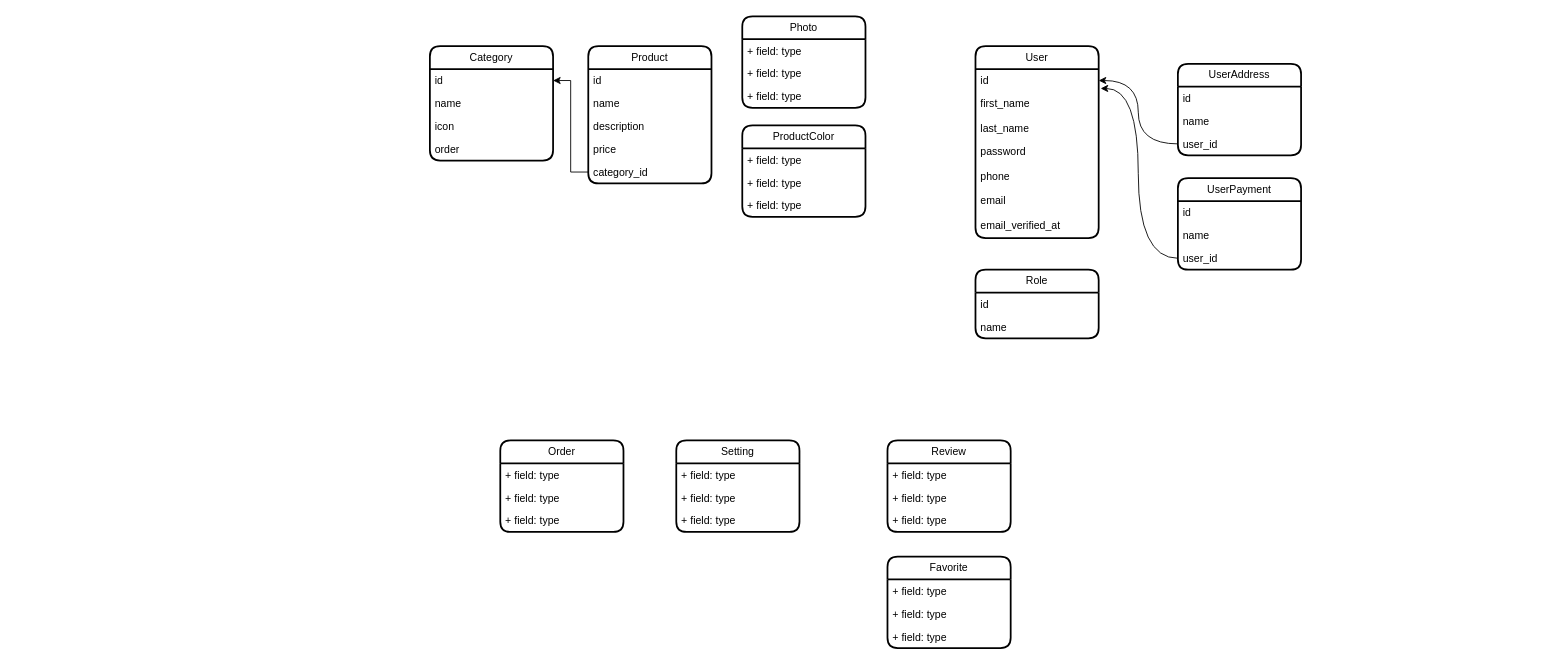
Before: ecommerce.drawio in parnasmi/ecommerce-laravel, a draw.io diagram. Source tidied: cells renumbered, new cells numbered last; positions are measured from the earlier drawing's top-left corner, leaving out a move shared by most shapes. Both pictures are drawn from the tidied source at 88%, with x=0, y=0 at pixel (429, 16).
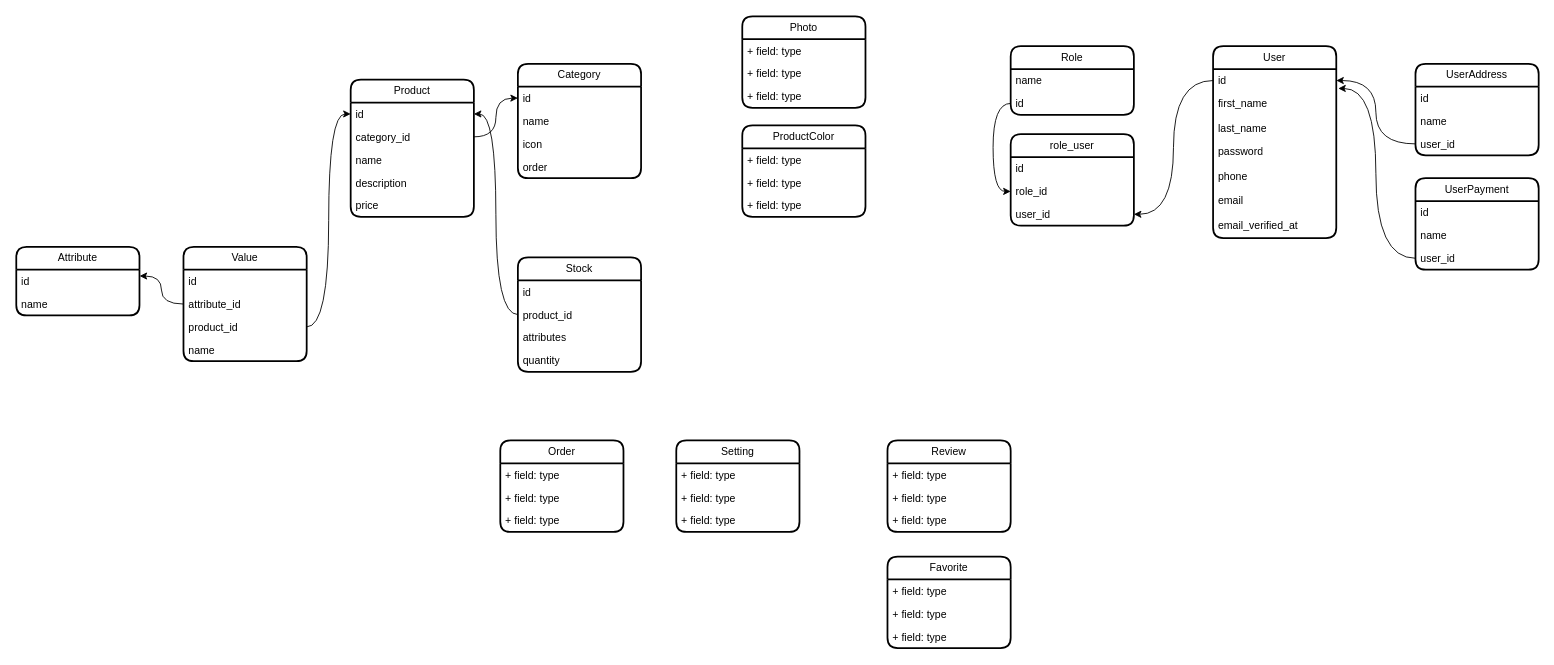
Above is the later version.

Unchanged cells that the change refers to:
```xml
<mxCell id="3" value="id" style="text;strokeColor=none;fillColor=none;align=left;verticalAlign=top;spacingLeft=4;spacingRight=4;overflow=hidden;points=[[0,0.5],[1,0.5]];portConstraint=eastwest;whiteSpace=wrap;html=1;" parent="2" vertex="1">
  <mxGeometry y="26" width="140" height="26" as="geometry" />
</mxCell>
<mxCell id="8" value="id" style="text;strokeColor=none;fillColor=none;align=left;verticalAlign=top;spacingLeft=4;spacingRight=4;overflow=hidden;points=[[0,0.5],[1,0.5]];portConstraint=eastwest;whiteSpace=wrap;html=1;" parent="7" vertex="1">
  <mxGeometry y="26" width="140" height="26" as="geometry" />
</mxCell>
<mxCell id="14" value="id" style="text;strokeColor=none;fillColor=none;align=left;verticalAlign=top;spacingLeft=4;spacingRight=4;overflow=hidden;points=[[0,0.5],[1,0.5]];portConstraint=eastwest;whiteSpace=wrap;html=1;" parent="13" vertex="1">
  <mxGeometry y="26" width="140" height="26" as="geometry" />
</mxCell>
```

What changed in the source:
```diff
@@
     <mxCell id="2" value="Category" style="swimlane;fontStyle=0;horizontal=1;startSize=26;fillColor=none;whiteSpace=wrap;html=1;rounded=1;strokeColor=default;shadow=0;glass=0;swimlaneFillColor=default;strokeWidth=2;" parent="1" vertex="1">
-      <mxGeometry y="34" width="140" height="130" as="geometry" />
+      <mxGeometry x="100" y="54" width="140" height="130" as="geometry" />
     </mxCell>
@@
     <mxCell id="7" value="Product" style="swimlane;fontStyle=0;horizontal=1;startSize=26;fillColor=none;whiteSpace=wrap;html=1;rounded=1;strokeColor=default;shadow=0;glass=0;swimlaneFillColor=default;strokeWidth=2;" parent="1" vertex="1">
-      <mxGeometry x="180" y="34" width="140" height="156" as="geometry" />
+      <mxGeometry x="-90" y="72" width="140" height="156" as="geometry" />
     </mxCell>
@@
+    <mxCell id="12" value="category_id" style="text;strokeColor=none;fillColor=none;align=left;verticalAlign=top;spacingLeft=4;spacingRight=4;overflow=hidden;points=[[0,0.5],[1,0.5]];portConstraint=eastwest;whiteSpace=wrap;html=1;" parent="7" vertex="1">
+      <mxGeometry y="52" width="140" height="26" as="geometry" />
+    </mxCell>
     <mxCell id="9" value="name" style="text;strokeColor=none;fillColor=none;align=left;verticalAlign=top;spacingLeft=4;spacingRight=4;overflow=hidden;whiteSpace=wrap;html=1;" parent="7" vertex="1">
-      <mxGeometry y="52" width="140" height="26" as="geometry" />
+      <mxGeometry y="78" width="140" height="26" as="geometry" />
     </mxCell>
     <mxCell id="10" value="description" style="text;strokeColor=none;fillColor=none;align=left;verticalAlign=top;spacingLeft=4;spacingRight=4;overflow=hidden;whiteSpace=wrap;html=1;" parent="7" vertex="1">
-      <mxGeometry y="78" width="140" height="26" as="geometry" />
+      <mxGeometry y="104" width="140" height="26" as="geometry" />
     </mxCell>
     <mxCell id="11" value="price" style="text;strokeColor=none;fillColor=none;align=left;verticalAlign=top;spacingLeft=4;spacingRight=4;overflow=hidden;whiteSpace=wrap;html=1;" parent="7" vertex="1">
-      <mxGeometry y="104" width="140" height="26" as="geometry" />
+      <mxGeometry y="130" width="140" height="26" as="geometry" />
     </mxCell>
-    <mxCell id="12" value="category_id" style="text;strokeColor=none;fillColor=none;align=left;verticalAlign=top;spacingLeft=4;spacingRight=4;overflow=hidden;points=[[0,0.5],[1,0.5]];portConstraint=eastwest;whiteSpace=wrap;html=1;" parent="7" vertex="1">
-      <mxGeometry y="130" width="140" height="26" as="geometry" />
-    </mxCell>
     <mxCell id="13" value="User" style="swimlane;fontStyle=0;horizontal=1;startSize=26;fillColor=none;whiteSpace=wrap;html=1;rounded=1;strokeColor=default;shadow=0;glass=0;swimlaneFillColor=default;strokeWidth=2;" parent="1" vertex="1">
-      <mxGeometry x="620" y="34" width="140" height="218" as="geometry" />
+      <mxGeometry x="890" y="34" width="140" height="218" as="geometry" />
     </mxCell>
@@
     <mxCell id="21" value="Role" style="swimlane;fontStyle=0;horizontal=1;startSize=26;fillColor=none;whiteSpace=wrap;html=1;rounded=1;strokeColor=default;shadow=0;glass=0;swimlaneFillColor=default;strokeWidth=2;" parent="1" vertex="1">
-      <mxGeometry x="620" y="288" width="140" height="78" as="geometry" />
+      <mxGeometry x="660" y="34" width="140" height="78" as="geometry" />
     </mxCell>
+    <mxCell id="23" value="name" style="text;strokeColor=none;fillColor=none;align=left;verticalAlign=top;spacingLeft=4;spacingRight=4;overflow=hidden;whiteSpace=wrap;html=1;" parent="21" vertex="1">
+      <mxGeometry y="26" width="140" height="26" as="geometry" />
+    </mxCell>
     <mxCell id="22" value="id&lt;div&gt;&lt;br&gt;&lt;/div&gt;" style="text;strokeColor=none;fillColor=none;align=left;verticalAlign=top;spacingLeft=4;spacingRight=4;overflow=hidden;points=[[0,0.5],[1,0.5]];portConstraint=eastwest;whiteSpace=wrap;html=1;" parent="21" vertex="1">
-      <mxGeometry y="26" width="140" height="26" as="geometry" />
+      <mxGeometry y="52" width="140" height="26" as="geometry" />
     </mxCell>
-    <mxCell id="23" value="name" style="text;strokeColor=none;fillColor=none;align=left;verticalAlign=top;spacingLeft=4;spacingRight=4;overflow=hidden;whiteSpace=wrap;html=1;" parent="21" vertex="1">
-      <mxGeometry y="52" width="140" height="26" as="geometry" />
-    </mxCell>
@@
     <mxCell id="48" value="UserAddress" style="swimlane;fontStyle=0;horizontal=1;startSize=26;fillColor=none;whiteSpace=wrap;html=1;rounded=1;strokeColor=default;shadow=0;glass=0;swimlaneFillColor=default;strokeWidth=2;" parent="1" vertex="1">
-      <mxGeometry x="850" y="54" width="140" height="104" as="geometry" />
+      <mxGeometry x="1120" y="54" width="140" height="104" as="geometry" />
     </mxCell>
@@
     <mxCell id="52" value="UserPayment" style="swimlane;fontStyle=0;horizontal=1;startSize=26;fillColor=none;whiteSpace=wrap;html=1;rounded=1;strokeColor=default;shadow=0;glass=0;swimlaneFillColor=default;strokeWidth=2;" parent="1" vertex="1">
-      <mxGeometry x="850" y="184" width="140" height="104" as="geometry" />
+      <mxGeometry x="1120" y="184" width="140" height="104" as="geometry" />
     </mxCell>
@@
-    <mxCell id="56" style="edgeStyle=orthogonalEdgeStyle;rounded=0;jettySize=auto;html=1;exitX=0;exitY=0.5;exitDx=0;exitDy=0;" parent="1" edge="1" source="12" target="3">
-      <mxGeometry relative="1" as="geometry" />
-    </mxCell>
@@
+    <mxCell id="59" value="Value" style="swimlane;fontStyle=0;horizontal=1;startSize=26;fillColor=none;whiteSpace=wrap;html=1;rounded=1;strokeColor=default;shadow=0;glass=0;swimlaneFillColor=default;strokeWidth=2;" parent="1" vertex="1">
+      <mxGeometry x="-280" y="262" width="140" height="130" as="geometry" />
+    </mxCell>
+    <mxCell id="60" value="id" style="text;strokeColor=none;fillColor=none;align=left;verticalAlign=top;spacingLeft=4;spacingRight=4;overflow=hidden;whiteSpace=wrap;html=1;" parent="59" vertex="1">
+      <mxGeometry y="26" width="140" height="26" as="geometry" />
+    </mxCell>
+    <mxCell id="61" value="attribute_id" style="text;strokeColor=none;fillColor=none;align=left;verticalAlign=top;spacingLeft=4;spacingRight=4;overflow=hidden;points=[[0,0.5],[1,0.5]];portConstraint=eastwest;whiteSpace=wrap;html=1;" parent="59" vertex="1">
+      <mxGeometry y="52" width="140" height="26" as="geometry" />
+    </mxCell>
+    <mxCell id="62" value="product_id" style="text;strokeColor=none;fillColor=none;align=left;verticalAlign=top;spacingLeft=4;spacingRight=4;overflow=hidden;points=[[0,0.5],[1,0.5]];portConstraint=eastwest;whiteSpace=wrap;html=1;" parent="59" vertex="1">
+      <mxGeometry y="78" width="140" height="26" as="geometry" />
+    </mxCell>
+    <mxCell id="63" value="name" style="text;strokeColor=none;fillColor=none;align=left;verticalAlign=top;spacingLeft=4;spacingRight=4;overflow=hidden;whiteSpace=wrap;html=1;" parent="59" vertex="1">
+      <mxGeometry y="104" width="140" height="26" as="geometry" />
+    </mxCell>
+    <mxCell id="64" value="Attribute" style="swimlane;fontStyle=0;horizontal=1;startSize=26;fillColor=none;whiteSpace=wrap;html=1;rounded=1;strokeColor=default;shadow=0;glass=0;swimlaneFillColor=default;strokeWidth=2;" parent="1" vertex="1">
+      <mxGeometry x="-470" y="262" width="140" height="78" as="geometry" />
+    </mxCell>
+    <mxCell id="65" value="id" style="text;strokeColor=none;fillColor=none;align=left;verticalAlign=top;spacingLeft=4;spacingRight=4;overflow=hidden;points=[[0,0.5],[1,0.5]];portConstraint=eastwest;whiteSpace=wrap;html=1;" parent="64" vertex="1">
+      <mxGeometry y="26" width="140" height="26" as="geometry" />
+    </mxCell>
+    <mxCell id="66" value="name" style="text;strokeColor=none;fillColor=none;align=left;verticalAlign=top;spacingLeft=4;spacingRight=4;overflow=hidden;whiteSpace=wrap;html=1;" parent="64" vertex="1">
+      <mxGeometry y="52" width="140" height="26" as="geometry" />
+    </mxCell>
+    <mxCell id="56" style="edgeStyle=orthogonalEdgeStyle;rounded=0;jettySize=auto;html=1;exitX=1;exitY=0.5;exitDx=0;exitDy=0;entryX=0;entryY=0.5;entryDx=0;entryDy=0;curved=1;" parent="1" edge="1" source="12" target="3">
+      <mxGeometry relative="1" as="geometry" />
+    </mxCell>
+    <mxCell id="67" style="edgeStyle=orthogonalEdgeStyle;rounded=0;jettySize=auto;html=1;exitX=1;exitY=0.5;exitDx=0;exitDy=0;entryX=0;entryY=0.5;entryDx=0;entryDy=0;curved=1;" parent="1" edge="1" source="62" target="8">
+      <mxGeometry relative="1" as="geometry" />
+    </mxCell>
+    <mxCell id="68" style="edgeStyle=orthogonalEdgeStyle;rounded=0;jettySize=auto;html=1;exitX=0;exitY=0.5;exitDx=0;exitDy=0;entryX=1.001;entryY=0.275;entryDx=0;entryDy=0;entryPerimeter=0;curved=1;" parent="1" edge="1" source="61" target="65">
+      <mxGeometry relative="1" as="geometry" />
+    </mxCell>
+    <mxCell id="69" value="role_user" style="swimlane;fontStyle=0;horizontal=1;startSize=26;fillColor=none;whiteSpace=wrap;html=1;rounded=1;strokeColor=default;shadow=0;glass=0;swimlaneFillColor=default;strokeWidth=2;" parent="1" vertex="1">
+      <mxGeometry x="660" y="134" width="140" height="104" as="geometry" />
+    </mxCell>
+    <mxCell id="70" value="id&lt;div&gt;&lt;br&gt;&lt;/div&gt;" style="text;strokeColor=none;fillColor=none;align=left;verticalAlign=top;spacingLeft=4;spacingRight=4;overflow=hidden;whiteSpace=wrap;html=1;" parent="69" vertex="1">
+      <mxGeometry y="26" width="140" height="26" as="geometry" />
+    </mxCell>
+    <mxCell id="71" value="role_id&lt;div&gt;&lt;br&gt;&lt;/div&gt;" style="text;strokeColor=none;fillColor=none;align=left;verticalAlign=top;spacingLeft=4;spacingRight=4;overflow=hidden;points=[[0,0.5],[1,0.5]];portConstraint=eastwest;whiteSpace=wrap;html=1;" parent="69" vertex="1">
+      <mxGeometry y="52" width="140" height="26" as="geometry" />
+    </mxCell>
+    <mxCell id="72" value="&lt;div&gt;user_id&lt;/div&gt;" style="text;strokeColor=none;fillColor=none;align=left;verticalAlign=top;spacingLeft=4;spacingRight=4;overflow=hidden;points=[[0,0.5],[1,0.5]];portConstraint=eastwest;whiteSpace=wrap;html=1;" parent="69" vertex="1">
+      <mxGeometry y="78" width="140" height="26" as="geometry" />
+    </mxCell>
+    <mxCell id="73" style="edgeStyle=orthogonalEdgeStyle;rounded=0;jettySize=auto;html=1;exitX=0;exitY=0.5;exitDx=0;exitDy=0;entryX=1;entryY=0.5;entryDx=0;entryDy=0;curved=1;" parent="1" edge="1" source="14" target="72">
+      <mxGeometry relative="1" as="geometry" />
+    </mxCell>
+    <mxCell id="74" style="edgeStyle=orthogonalEdgeStyle;rounded=0;jettySize=auto;html=1;exitX=0;exitY=0.5;exitDx=0;exitDy=0;entryX=0;entryY=0.5;entryDx=0;entryDy=0;curved=1;" parent="1" edge="1" source="22" target="71">
+      <mxGeometry relative="1" as="geometry" />
+    </mxCell>
+    <mxCell id="75" value="Stock" style="swimlane;fontStyle=0;horizontal=1;startSize=26;fillColor=none;whiteSpace=wrap;html=1;rounded=1;strokeColor=default;shadow=0;glass=0;swimlaneFillColor=default;strokeWidth=2;" parent="1" vertex="1">
+      <mxGeometry x="100" y="274" width="140" height="130" as="geometry" />
+    </mxCell>
+    <mxCell id="76" value="id" style="text;strokeColor=none;fillColor=none;align=left;verticalAlign=top;spacingLeft=4;spacingRight=4;overflow=hidden;whiteSpace=wrap;html=1;" parent="75" vertex="1">
+      <mxGeometry y="26" width="140" height="26" as="geometry" />
+    </mxCell>
+    <mxCell id="77" value="product_id" style="text;strokeColor=none;fillColor=none;align=left;verticalAlign=top;spacingLeft=4;spacingRight=4;overflow=hidden;points=[[0,0.5],[1,0.5]];portConstraint=eastwest;whiteSpace=wrap;html=1;" parent="75" vertex="1">
+      <mxGeometry y="52" width="140" height="26" as="geometry" />
+    </mxCell>
+    <mxCell id="78" value="attributes" style="text;strokeColor=none;fillColor=none;align=left;verticalAlign=top;spacingLeft=4;spacingRight=4;overflow=hidden;whiteSpace=wrap;html=1;" parent="75" vertex="1">
+      <mxGeometry y="78" width="140" height="26" as="geometry" />
+    </mxCell>
+    <mxCell id="79" value="quantity" style="text;strokeColor=none;fillColor=none;align=left;verticalAlign=top;spacingLeft=4;spacingRight=4;overflow=hidden;whiteSpace=wrap;html=1;" parent="75" vertex="1">
+      <mxGeometry y="104" width="140" height="26" as="geometry" />
+    </mxCell>
+    <mxCell id="80" style="edgeStyle=orthogonalEdgeStyle;rounded=0;jettySize=auto;html=1;exitX=0;exitY=0.5;exitDx=0;exitDy=0;entryX=1;entryY=0.5;entryDx=0;entryDy=0;curved=1;" parent="1" edge="1" source="77" target="8">
+      <mxGeometry relative="1" as="geometry" />
+    </mxCell>
```
